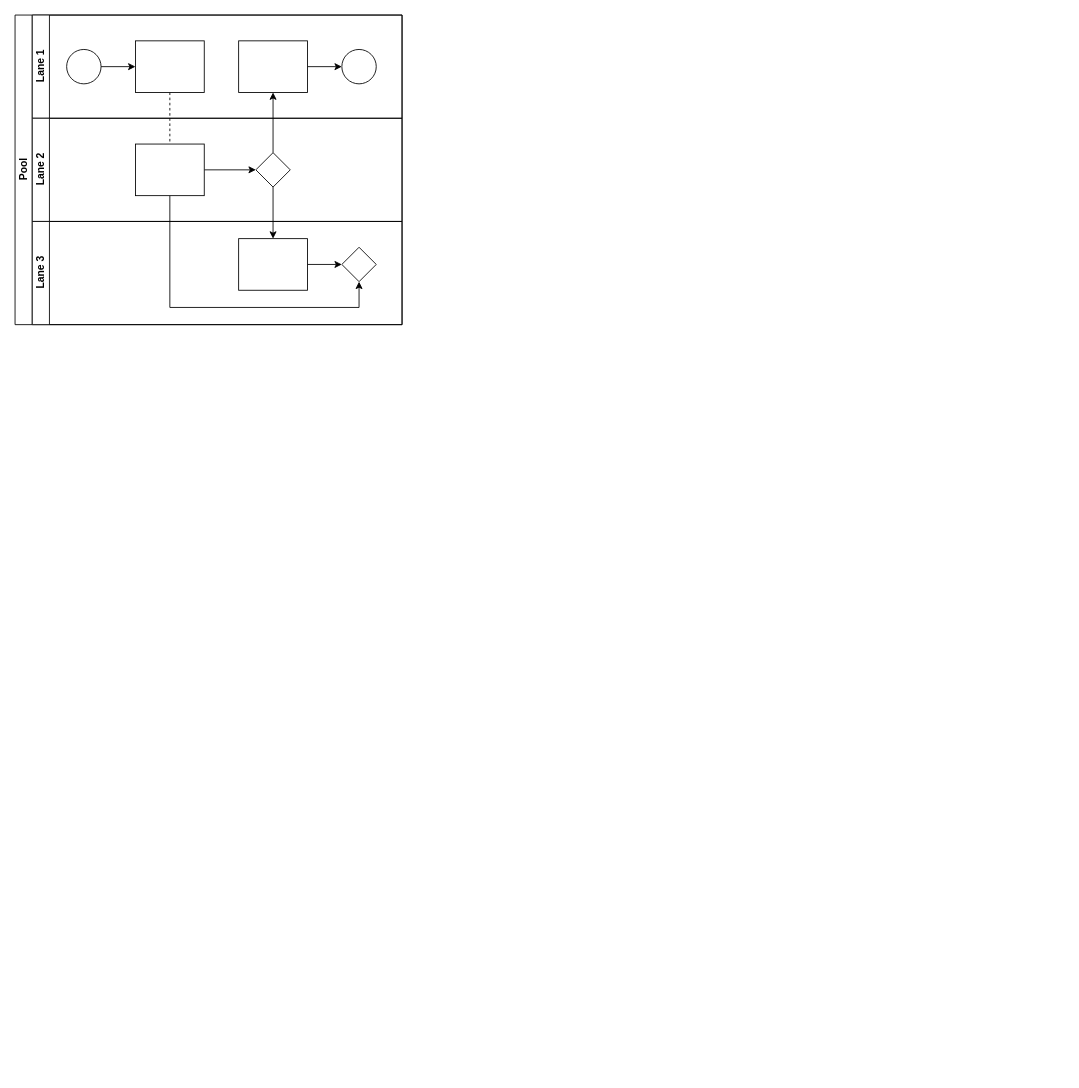
yuanlj-tea/picgo keeps this draw.io diagram as api贷后整体业务流程.drawio. Above is the earlier version. Source tidied: cells renumbered, new cells numbered last; positions are measured from the earlier drawing's top-left corner, leaving out a move shared by most shapes. Both pictures are drawn from the tidied source at 86%, with x=0, y=0 at pixel (15, 15).
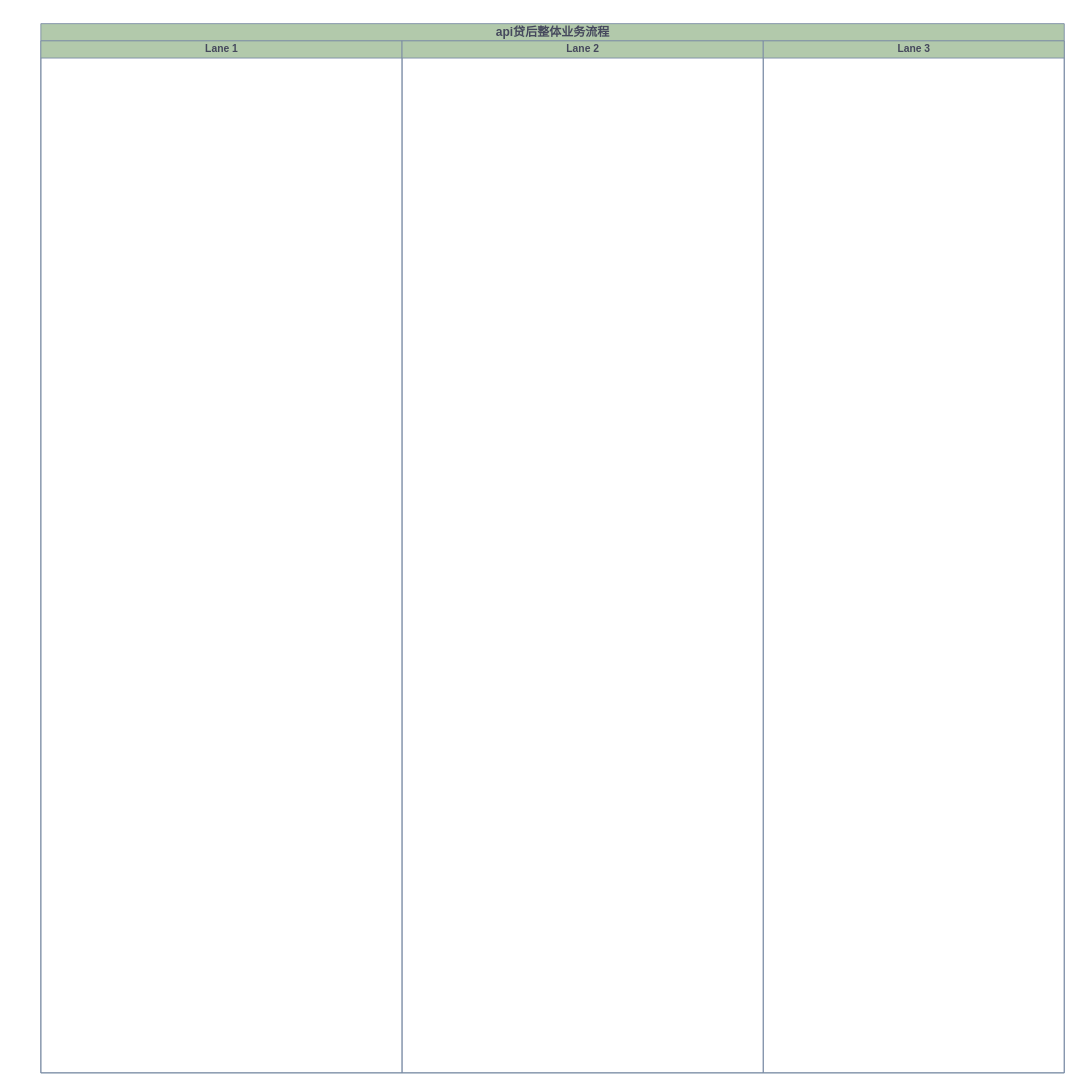
The same page after the edit.

Commit message:
更新api贷后整体业务流程.drawio

Change to the diagram source:
```diff
@@
-    <mxCell id="2" value="Pool" style="swimlane;html=1;horizontal=0;startSize=20;" parent="1" vertex="1">
-      <mxGeometry width="450" height="360" as="geometry" />
-    </mxCell>
-    <mxCell id="3" style="edgeStyle=orthogonalEdgeStyle;rounded=0;jettySize=auto;html=1;dashed=1;endArrow=none;endFill=0;" parent="2" edge="1" source="10" target="16">
-      <mxGeometry relative="1" as="geometry" />
-    </mxCell>
-    <mxCell id="4" style="edgeStyle=orthogonalEdgeStyle;rounded=0;jettySize=auto;html=1;endArrow=classic;endFill=1;" parent="2" edge="1" source="17" target="12">
-      <mxGeometry relative="1" as="geometry" />
-    </mxCell>
-    <mxCell id="5" style="edgeStyle=orthogonalEdgeStyle;rounded=0;jettySize=auto;html=1;endArrow=classic;endFill=1;" parent="2" edge="1" source="17" target="20">
-      <mxGeometry relative="1" as="geometry" />
-    </mxCell>
-    <mxCell id="6" style="edgeStyle=orthogonalEdgeStyle;rounded=0;jettySize=auto;html=1;endArrow=classic;endFill=1;" parent="2" edge="1" source="16" target="21">
-      <mxGeometry relative="1" as="geometry">
-        <Array as="points">
-          <mxPoint x="180" y="340" />
-          <mxPoint x="400" y="340" />
-        </Array>
-      </mxGeometry>
-    </mxCell>
+    <mxCell id="22" value="&lt;font style=&quot;font-size: 14px;&quot;&gt;api贷后整体业务流程&lt;/font&gt;" style="swimlane;startSize=20;html=1;labelBackgroundColor=none;fillColor=#B2C9AB;strokeColor=#788AA3;fontColor=#46495D;" parent="1" vertex="1">
+      <mxGeometry x="30" y="10" width="1190" height="1220" as="geometry" />
+    </mxCell>
-    <mxCell id="7" value="Lane 1" style="swimlane;html=1;startSize=20;horizontal=0;" parent="2" vertex="1">
-      <mxGeometry x="20" width="430" height="120" as="geometry" />
+    <mxCell id="7" value="Lane 1" style="swimlane;startSize=20;html=1;labelBackgroundColor=none;fillColor=#B2C9AB;strokeColor=#788AA3;fontColor=#46495D;" parent="22" vertex="1">
+      <mxGeometry y="20" width="420" height="1200" as="geometry" />
     </mxCell>
-    <mxCell id="8" style="edgeStyle=orthogonalEdgeStyle;rounded=0;jettySize=auto;html=1;" parent="7" edge="1" source="9" target="10">
-      <mxGeometry relative="1" as="geometry" />
-    </mxCell>
-    <mxCell id="9" style="ellipse;whiteSpace=wrap;html=1;" parent="7" vertex="1">
-      <mxGeometry x="40" y="40" width="40" height="40" as="geometry" />
-    </mxCell>
-    <mxCell id="10" style="rounded=0;whiteSpace=wrap;html=1;fontFamily=Helvetica;fontSize=12;fontColor=#000000;align=center;" parent="7" vertex="1">
-      <mxGeometry x="120" y="30" width="80" height="60" as="geometry" />
-    </mxCell>
-    <mxCell id="11" style="edgeStyle=orthogonalEdgeStyle;rounded=0;jettySize=auto;html=1;endArrow=classic;endFill=1;" parent="7" edge="1" source="12" target="13">
-      <mxGeometry relative="1" as="geometry" />
-    </mxCell>
-    <mxCell id="12" style="rounded=0;whiteSpace=wrap;html=1;fontFamily=Helvetica;fontSize=12;fontColor=#000000;align=center;" parent="7" vertex="1">
-      <mxGeometry x="240" y="30" width="80" height="60" as="geometry" />
-    </mxCell>
-    <mxCell id="13" style="ellipse;whiteSpace=wrap;html=1;" parent="7" vertex="1">
-      <mxGeometry x="360" y="40" width="40" height="40" as="geometry" />
-    </mxCell>
-    <mxCell id="14" value="Lane 2" style="swimlane;html=1;startSize=20;horizontal=0;" parent="2" vertex="1">
-      <mxGeometry x="20" y="120" width="430" height="120" as="geometry" />
+    <mxCell id="14" value="Lane 2" style="swimlane;startSize=20;html=1;labelBackgroundColor=none;fillColor=#B2C9AB;strokeColor=#788AA3;fontColor=#46495D;" parent="22" vertex="1">
+      <mxGeometry x="420" y="20" width="420" height="1200" as="geometry" />
     </mxCell>
-    <mxCell id="15" style="edgeStyle=orthogonalEdgeStyle;rounded=0;jettySize=auto;html=1;endArrow=classic;endFill=1;" parent="14" edge="1" source="16" target="17">
-      <mxGeometry relative="1" as="geometry" />
-    </mxCell>
-    <mxCell id="16" style="rounded=0;whiteSpace=wrap;html=1;fontFamily=Helvetica;fontSize=12;fontColor=#000000;align=center;" parent="14" vertex="1">
-      <mxGeometry x="120" y="30" width="80" height="60" as="geometry" />
-    </mxCell>
-    <mxCell id="17" style="rhombus;whiteSpace=wrap;html=1;fontFamily=Helvetica;fontSize=12;fontColor=#000000;align=center;" parent="14" vertex="1">
-      <mxGeometry x="260" y="40" width="40" height="40" as="geometry" />
-    </mxCell>
-    <mxCell id="18" value="Lane 3" style="swimlane;html=1;startSize=20;horizontal=0;" parent="2" vertex="1">
-      <mxGeometry x="20" y="240" width="430" height="120" as="geometry" />
+    <mxCell id="18" value="Lane 3" style="swimlane;startSize=20;html=1;labelBackgroundColor=none;fillColor=#B2C9AB;strokeColor=#788AA3;fontColor=#46495D;" parent="22" vertex="1">
+      <mxGeometry x="840" y="20" width="350" height="1200" as="geometry" />
     </mxCell>
-    <mxCell id="19" style="edgeStyle=orthogonalEdgeStyle;rounded=0;jettySize=auto;html=1;endArrow=classic;endFill=1;" parent="18" edge="1" source="20" target="21">
-      <mxGeometry relative="1" as="geometry" />
-    </mxCell>
-    <mxCell id="20" style="rounded=0;whiteSpace=wrap;html=1;fontFamily=Helvetica;fontSize=12;fontColor=#000000;align=center;" parent="18" vertex="1">
-      <mxGeometry x="240" y="20" width="80" height="60" as="geometry" />
-    </mxCell>
-    <mxCell id="21" style="rhombus;whiteSpace=wrap;html=1;fontFamily=Helvetica;fontSize=12;fontColor=#000000;align=center;" parent="18" vertex="1">
-      <mxGeometry x="360" y="30" width="40" height="40" as="geometry" />
-    </mxCell>
```
